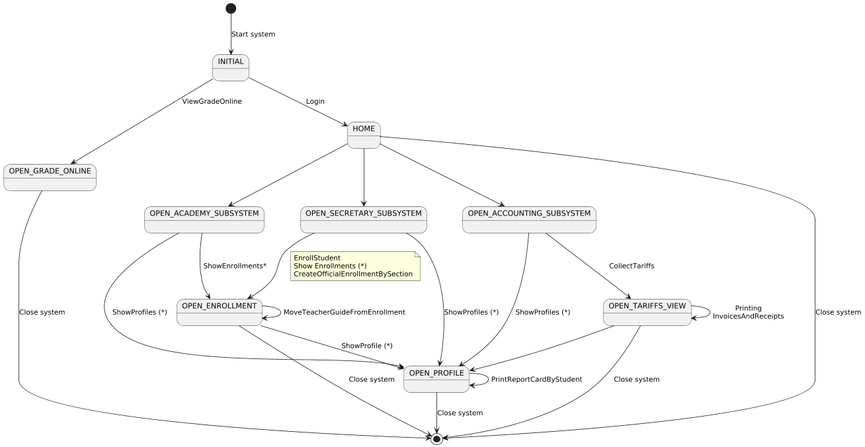
Above: out/UseCaseView/Context.png in wsmcbl/wsmcbl.doc (PlantUML), before the change.
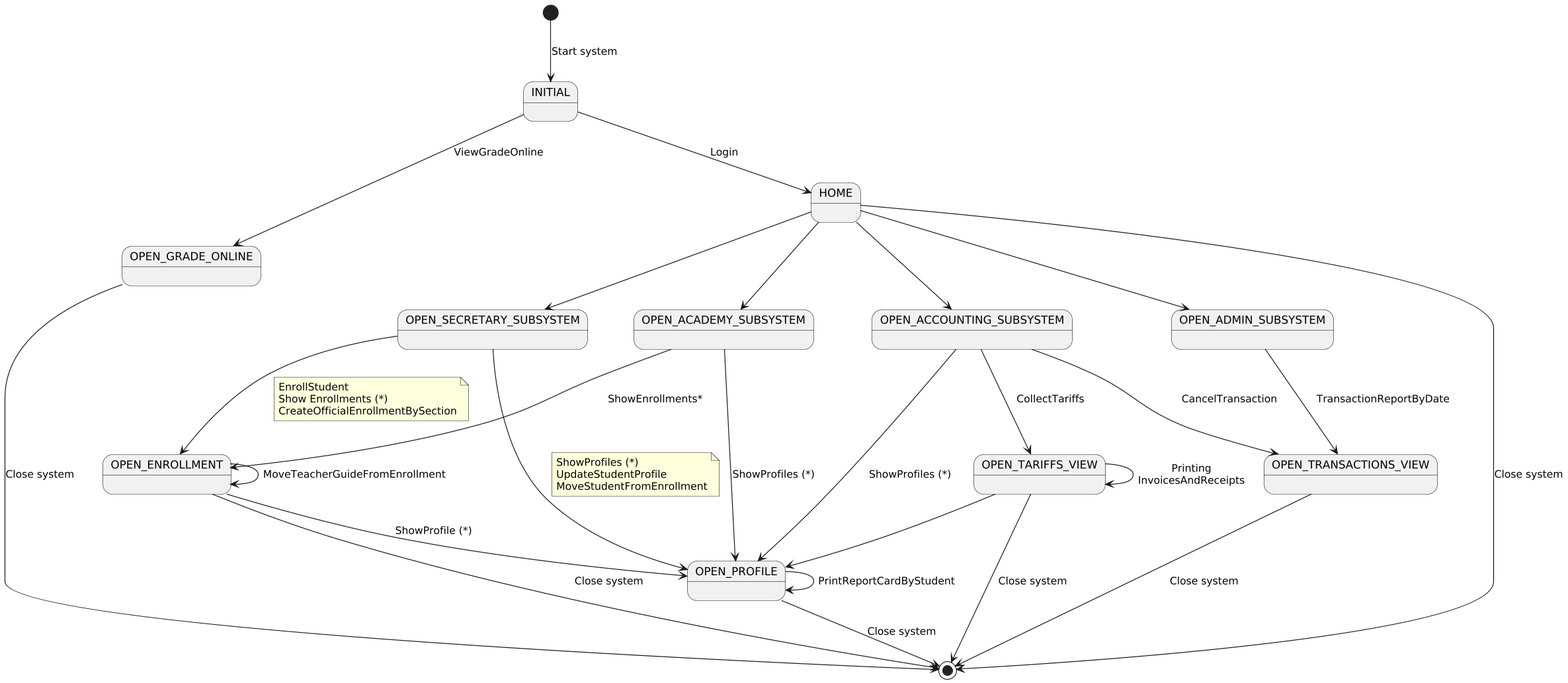
The same file after the commit.

What changed in the source:
```diff
@@ -8,10 +8,12 @@
 state OPEN_ENROLLMENT
 state OPEN_PROFILE
 state OPEN_TARIFFS_VIEW
+state OPEN_TRANSACTIONS_VIEW
 
 state OPEN_ACADEMY_SUBSYSTEM
 state OPEN_SECRETARY_SUBSYSTEM
 state OPEN_ACCOUNTING_SUBSYSTEM
+state OPEN_ADMIN_SUBSYSTEM
 
 
 [*] --> INITIAL : Start system
@@ -22,11 +24,17 @@
 HOME --> OPEN_ACADEMY_SUBSYSTEM
 HOME --> OPEN_SECRETARY_SUBSYSTEM
 HOME --> OPEN_ACCOUNTING_SUBSYSTEM
+HOME --> OPEN_ADMIN_SUBSYSTEM
 
 OPEN_ACADEMY_SUBSYSTEM --> OPEN_PROFILE : ShowProfiles (*)
 OPEN_ACADEMY_SUBSYSTEM --> OPEN_ENROLLMENT : ShowEnrollments*
 
-OPEN_SECRETARY_SUBSYSTEM --> OPEN_PROFILE : ShowProfiles (*)
+OPEN_SECRETARY_SUBSYSTEM --> OPEN_PROFILE
+note on link
+    ShowProfiles (*)
+    UpdateStudentProfile
+    MoveStudentFromEnrollment
+end note
 OPEN_SECRETARY_SUBSYSTEM --> OPEN_ENROLLMENT
 note on link
     EnrollStudent
@@ -36,6 +44,10 @@
 
 OPEN_ACCOUNTING_SUBSYSTEM --> OPEN_PROFILE : ShowProfiles (*)
 OPEN_ACCOUNTING_SUBSYSTEM --> OPEN_TARIFFS_VIEW : CollectTariffs
+OPEN_ACCOUNTING_SUBSYSTEM --> OPEN_TRANSACTIONS_VIEW : CancelTransaction
+
+OPEN_ADMIN_SUBSYSTEM --> OPEN_TRANSACTIONS_VIEW : TransactionReportByDate
+
 
 OPEN_PROFILE --> OPEN_PROFILE : PrintReportCardByStudent
 OPEN_TARIFFS_VIEW --> OPEN_TARIFFS_VIEW : Printing\nInvoicesAndReceipts
@@ -49,4 +61,5 @@
 OPEN_PROFILE --> [*] : Close system
 OPEN_TARIFFS_VIEW --> [*] : Close system
 OPEN_GRADE_ONLINE --> [*] : Close system
+OPEN_TRANSACTIONS_VIEW --> [*] : Close system
 @enduml
```
